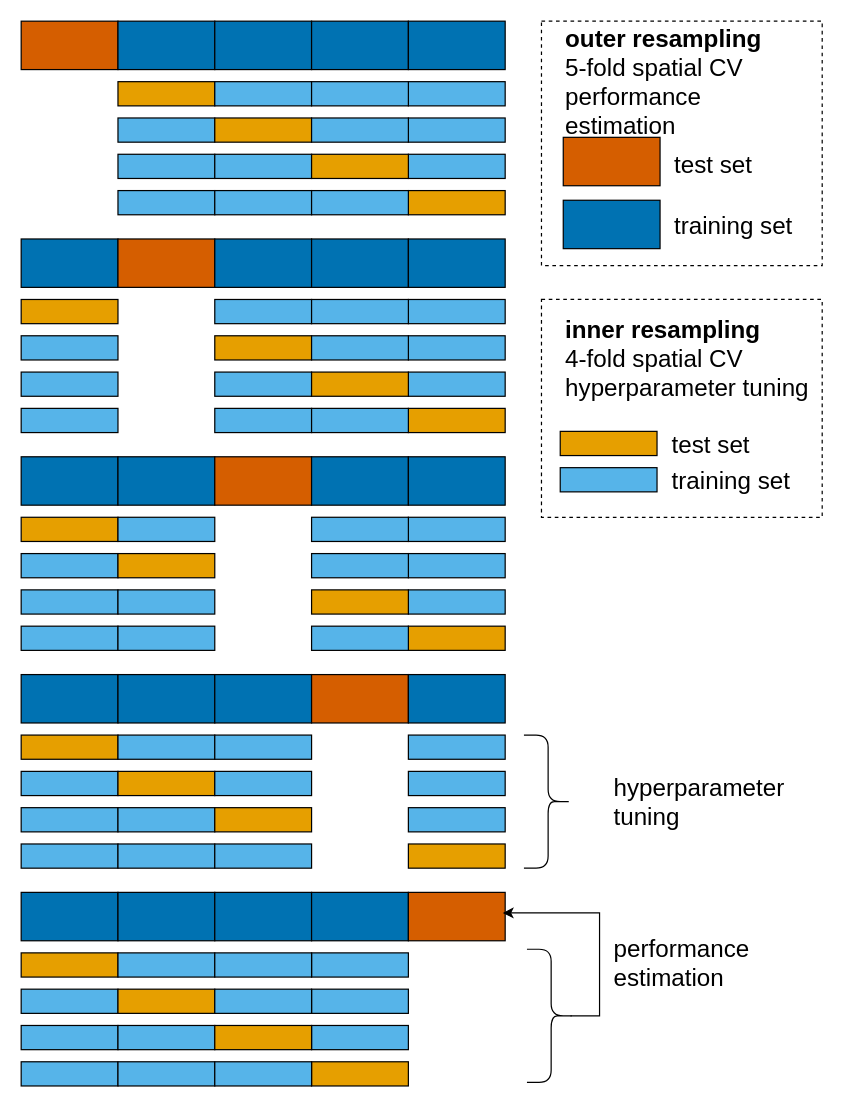
The draw.io diagram plt/nested_cv.drawio in gAia-KIRAS/wp2-geobia, before the edit. Source tidied: cells renumbered, new cells numbered last; positions are measured from the earlier drawing's top-left corner, leaving out a move shared by most shapes. Both pictures are drawn from the tidied source at 121%, with x=0, y=0 at pixel (21, 21).
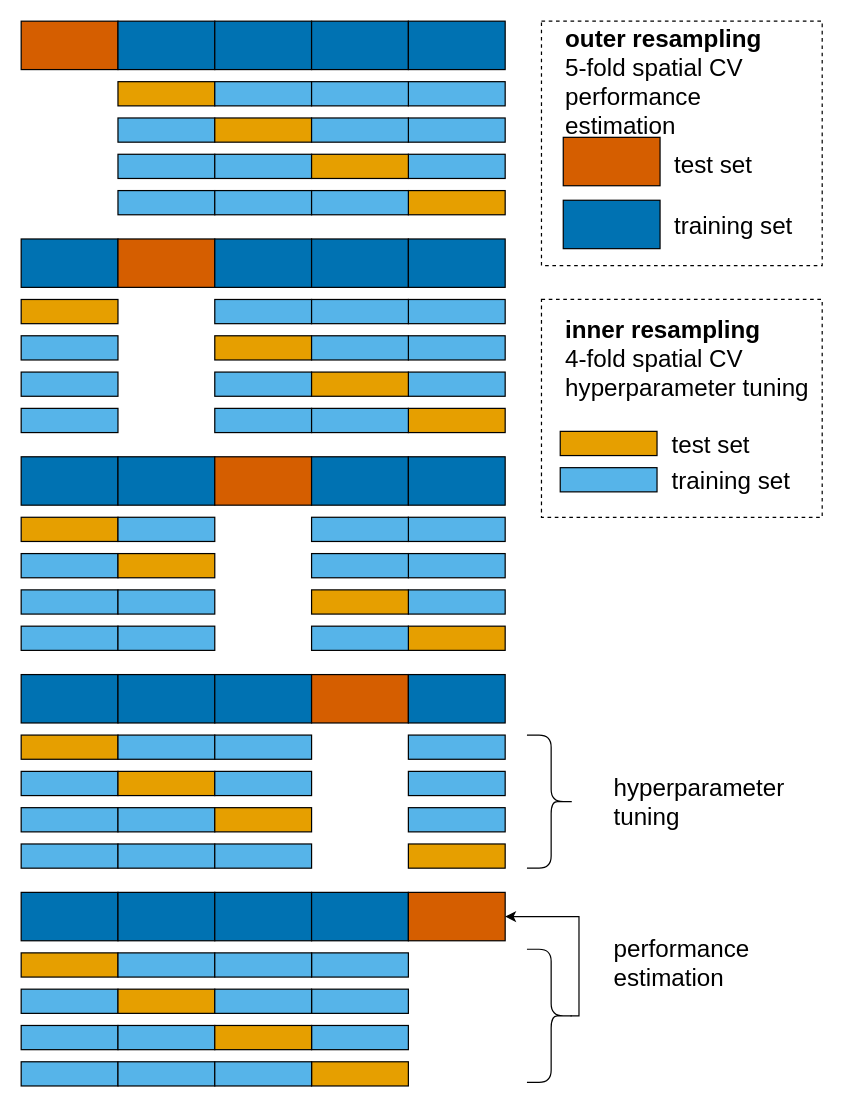
The same diagram, later.

Commit message:
STY: minor tweaks

The change refers to these unchanged cells:
```xml
<mxCell id="44" style="rounded=0;whiteSpace=wrap;html=1;fillColor=#D55E00;fontSize=20;" parent="1" vertex="1">
  <mxGeometry x="320" y="720" width="80" height="40" as="geometry" />
</mxCell>
<mxCell id="120" style="shape=curlyBracket;whiteSpace=wrap;html=1;rounded=1;flipH=1;labelPosition=right;verticalLabelPosition=middle;align=left;verticalAlign=middle;fontSize=20;" parent="1" vertex="1">
  <mxGeometry x="418" y="767" width="40" height="110" as="geometry" />
</mxCell>
```

Diff of the diagram source:
```diff
@@
     <mxCell id="118" style="shape=curlyBracket;whiteSpace=wrap;html=1;rounded=1;flipH=1;labelPosition=right;verticalLabelPosition=middle;align=left;verticalAlign=middle;fontSize=20;" parent="1" vertex="1">
-      <mxGeometry x="415.5" y="590" width="40" height="110" as="geometry" />
+      <mxGeometry x="418" y="590" width="40" height="110" as="geometry" />
     </mxCell>
@@
-    <mxCell id="121" style="endArrow=classic;html=1;rounded=0;entryX=1;entryY=0.5;entryDx=0;entryDy=0;exitX=0.1;exitY=0.5;exitDx=0;exitDy=0;exitPerimeter=0;" parent="1" edge="1">
-      <mxGeometry relative="1" as="geometry">
-        <mxPoint x="454" y="822" as="sourcePoint" />
-        <mxPoint x="398" y="737" as="targetPoint" />
-        <Array as="points">
-          <mxPoint x="478" y="822" />
-          <mxPoint x="478" y="737" />
-        </Array>
-      </mxGeometry>
-    </mxCell>
@@
+    <mxCell id="124" style="endArrow=classic;html=1;rounded=0;exitX=0.1;exitY=0.5;exitDx=0;exitDy=0;exitPerimeter=0;entryX=1;entryY=0.5;entryDx=0;entryDy=0;" parent="1" edge="1" source="120" target="44">
+      <mxGeometry relative="1" as="geometry">
+        <Array as="points">
+          <mxPoint x="461" y="822" />
+          <mxPoint x="461" y="740" />
+        </Array>
+      </mxGeometry>
+    </mxCell>
```
